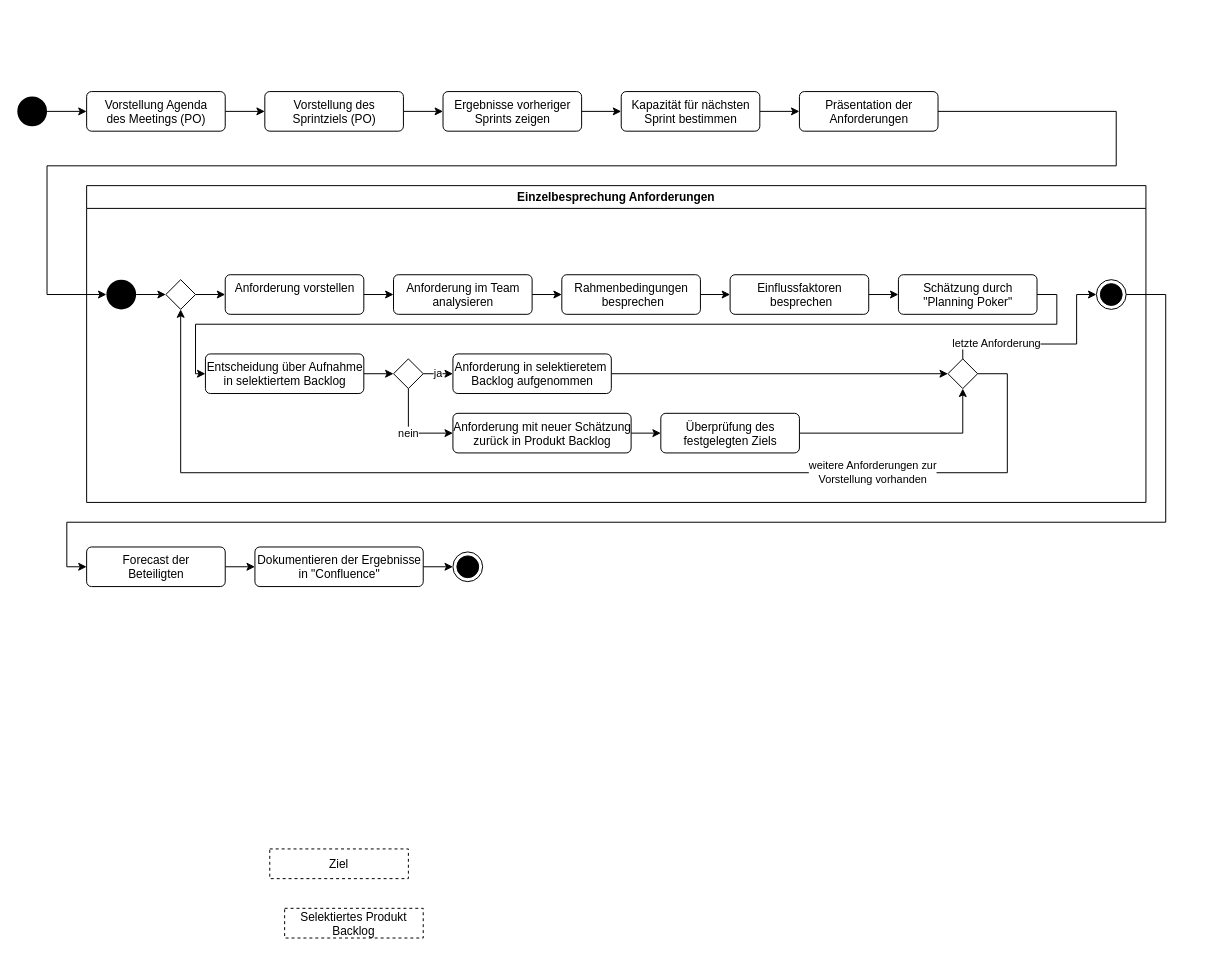
Above: Untitled Diagram.drawio in MariusPaganetti/se1 (draw.io), before the change. Source tidied: cells renumbered, new cells numbered last; positions are measured from the earlier drawing's top-left corner, leaving out a move shared by most shapes. Both pictures are drawn from the tidied source at 99%, with x=0, y=0 at pixel (17, 91).
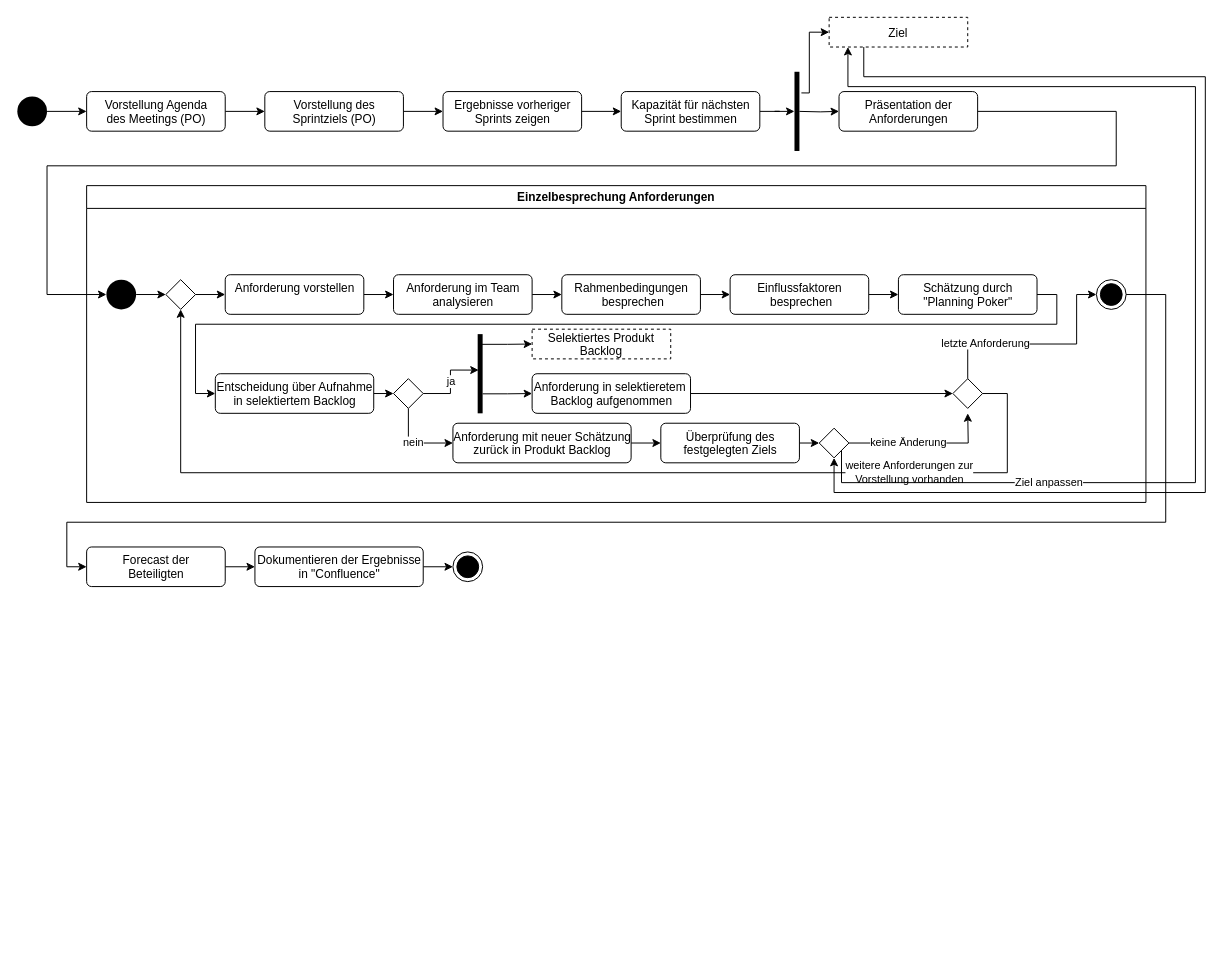
After the change.

Unchanged cells that the change refers to:
```xml
<mxCell id="8" value="Einzelbesprechung Anforderungen" style="swimlane;" parent="1" vertex="1">
  <mxGeometry x="70" y="95" width="1070" height="320" as="geometry" />
</mxCell>
<mxCell id="20" value="Schätzung durch&lt;br&gt;&quot;Planning Poker&quot;" style="html=1;align=center;verticalAlign=top;rounded=1;absoluteArcSize=1;arcSize=10;dashed=0;" parent="8" vertex="1">
  <mxGeometry x="820" y="90" width="140" height="40" as="geometry" />
</mxCell>
<mxCell id="34" style="rhombus;" parent="8" vertex="1">
  <mxGeometry x="80" y="95" width="30" height="30" as="geometry" />
</mxCell>
<mxCell id="36" style="ellipse;html=1;shape=endState;fillColor=#000000;strokeColor=#000000;" parent="8" vertex="1">
  <mxGeometry x="1020" y="95" width="30" height="30" as="geometry" />
</mxCell>
<mxCell id="47" value="Kapazität für nächsten&lt;br&gt;Sprint bestimmen" style="html=1;align=center;verticalAlign=top;rounded=1;absoluteArcSize=1;arcSize=10;dashed=0;" parent="1" vertex="1">
  <mxGeometry x="610" width="140" height="40" as="geometry" />
</mxCell>
```

The edit, as a diff of the source:
```diff
@@
     <mxCell id="19" style="edgeStyle=orthogonalEdgeStyle;rounded=0;jettySize=auto;html=1;exitX=1;exitY=0.5;exitDx=0;exitDy=0;entryX=0;entryY=0.5;entryDx=0;entryDy=0;" parent="8" edge="1" source="20" target="22">
       <mxGeometry relative="1" as="geometry">
         <Array as="points">
           <mxPoint x="980" y="110" />
           <mxPoint x="980" y="140" />
           <mxPoint x="110" y="140" />
-          <mxPoint x="110" y="190" />
+          <mxPoint x="110" y="210" />
         </Array>
       </mxGeometry>
     </mxCell>
@@
     <mxCell id="22" value="Entscheidung über Aufnahme&lt;br&gt;in selektiertem Backlog" style="html=1;align=center;verticalAlign=top;rounded=1;absoluteArcSize=1;arcSize=10;dashed=0;" parent="8" vertex="1">
-      <mxGeometry x="120" y="170" width="160" height="40" as="geometry" />
+      <mxGeometry x="130" y="190" width="160" height="40" as="geometry" />
     </mxCell>
@@
     <mxCell id="24" value="Anforderung in selektieretem&amp;nbsp;&lt;br&gt;Backlog aufgenommen" style="html=1;align=center;verticalAlign=top;rounded=1;absoluteArcSize=1;arcSize=10;dashed=0;" parent="8" vertex="1">
-      <mxGeometry x="370" y="170" width="160" height="40" as="geometry" />
+      <mxGeometry x="450" y="190" width="160" height="40" as="geometry" />
     </mxCell>
+    <mxCell id="26" value="nein" style="edgeStyle=orthogonalEdgeStyle;rounded=0;jettySize=auto;html=1;exitX=0.5;exitY=1;exitDx=0;exitDy=0;entryX=0;entryY=0.5;entryDx=0;entryDy=0;" parent="8" edge="1" source="27" target="29">
+      <mxGeometry relative="1" as="geometry" />
+    </mxCell>
-    <mxCell id="25" value="ja" style="edgeStyle=orthogonalEdgeStyle;rounded=0;jettySize=auto;html=1;exitX=1;exitY=0.5;exitDx=0;exitDy=0;entryX=0;entryY=0.5;entryDx=0;entryDy=0;" parent="8" edge="1" source="27" target="24">
+    <mxCell id="25" value="ja" style="edgeStyle=orthogonalEdgeStyle;rounded=0;jettySize=auto;html=1;exitX=1;exitY=0.5;exitDx=0;exitDy=0;entryX=0.2;entryY=0.454;entryDx=0;entryDy=0;entryPerimeter=0;" parent="8" edge="1" source="27" target="54">
       <mxGeometry relative="1" as="geometry" />
     </mxCell>
-    <mxCell id="26" value="nein" style="edgeStyle=orthogonalEdgeStyle;rounded=0;jettySize=auto;html=1;exitX=0.5;exitY=1;exitDx=0;exitDy=0;entryX=0;entryY=0.5;entryDx=0;entryDy=0;" parent="8" edge="1" source="27" target="29">
-      <mxGeometry relative="1" as="geometry" />
-    </mxCell>
     <mxCell id="27" style="rhombus;" parent="8" vertex="1">
-      <mxGeometry x="310" y="175" width="30" height="30" as="geometry" />
+      <mxGeometry x="310" y="195" width="30" height="30" as="geometry" />
     </mxCell>
@@
     <mxCell id="29" value="Anforderung mit neuer Schätzung&lt;br&gt;zurück in Produkt Backlog" style="html=1;align=center;verticalAlign=top;rounded=1;absoluteArcSize=1;arcSize=10;dashed=0;" parent="8" vertex="1">
-      <mxGeometry x="370" y="230" width="180" height="40" as="geometry" />
+      <mxGeometry x="370" y="240" width="180" height="40" as="geometry" />
     </mxCell>
     <mxCell id="30" style="edgeStyle=orthogonalEdgeStyle;rounded=0;jettySize=auto;html=1;exitX=0.5;exitY=0;exitDx=0;exitDy=0;entryX=0;entryY=0.5;entryDx=0;entryDy=0;" parent="8" edge="1" source="32" target="36">
       <mxGeometry relative="1" as="geometry">
         <Array as="points">
-          <mxPoint x="885" y="160" />
+          <mxPoint x="890" y="160" />
           <mxPoint x="1000" y="160" />
           <mxPoint x="1000" y="110" />
         </Array>
       </mxGeometry>
     </mxCell>
@@
     <mxCell id="32" style="rhombus;" parent="8" vertex="1">
-      <mxGeometry x="870" y="175" width="30" height="30" as="geometry" />
+      <mxGeometry x="875" y="195" width="30" height="30" as="geometry" />
     </mxCell>
@@
     <mxCell id="35" value="weitere Anforderungen zur &lt;br&gt;Vorstellung vorhanden" style="edgeStyle=orthogonalEdgeStyle;rounded=0;jettySize=auto;html=1;exitX=1;exitY=0.5;exitDx=0;exitDy=0;entryX=0.5;entryY=1;entryDx=0;entryDy=0;" parent="8" edge="1" source="32" target="34">
-      <mxGeometry x="-0.53" relative="1" as="geometry">
+      <mxGeometry x="-0.63" relative="1" as="geometry">
         <Array as="points">
-          <mxPoint x="930" y="190" />
+          <mxPoint x="930" y="210" />
           <mxPoint x="930" y="290" />
           <mxPoint x="95" y="290" />
         </Array>
       </mxGeometry>
     </mxCell>
@@
-    <mxCell id="37" style="edgeStyle=orthogonalEdgeStyle;rounded=0;jettySize=auto;html=1;exitX=1;exitY=0.5;exitDx=0;exitDy=0;entryX=0.5;entryY=1;entryDx=0;entryDy=0;" parent="8" edge="1" source="38" target="32">
-      <mxGeometry relative="1" as="geometry" />
-    </mxCell>
+    <mxCell id="53" style="edgeStyle=orthogonalEdgeStyle;rounded=0;jettySize=auto;html=1;exitX=1;exitY=0.5;exitDx=0;exitDy=0;entryX=0;entryY=0.5;entryDx=0;entryDy=0;" parent="8" edge="1" source="38" target="57">
+      <mxGeometry relative="1" as="geometry" />
+    </mxCell>
     <mxCell id="38" value="Überprüfung des&lt;br&gt;festgelegten Ziels" style="html=1;align=center;verticalAlign=top;rounded=1;absoluteArcSize=1;arcSize=10;dashed=0;" parent="8" vertex="1">
-      <mxGeometry x="580" y="230" width="140" height="40" as="geometry" />
+      <mxGeometry x="580" y="240" width="140" height="40" as="geometry" />
     </mxCell>
+    <mxCell id="52" value="Selektiertes Produkt&#10;Backlog" style="fontStyle=0;dashed=1;" parent="8" vertex="1">
+      <mxGeometry x="450" y="145" width="140" height="30" as="geometry" />
+    </mxCell>
+    <mxCell id="54" style="html=1;points=[];perimeter=orthogonalPerimeter;fillColor=#000000;strokeColor=none;" parent="8" vertex="1">
+      <mxGeometry x="395" y="150" width="5" height="80" as="geometry" />
+    </mxCell>
+    <mxCell id="55" style="edgeStyle=orthogonalEdgeStyle;rounded=0;jettySize=auto;html=1;exitX=0.867;exitY=0.129;exitDx=0;exitDy=0;exitPerimeter=0;entryX=0;entryY=0.5;entryDx=0;entryDy=0;" parent="8" edge="1" source="54" target="52">
+      <mxGeometry relative="1" as="geometry" />
+    </mxCell>
+    <mxCell id="56" style="edgeStyle=orthogonalEdgeStyle;rounded=0;jettySize=auto;html=1;entryX=0;entryY=0.5;entryDx=0;entryDy=0;exitX=1;exitY=0.754;exitDx=0;exitDy=0;exitPerimeter=0;" parent="8" edge="1" source="54" target="24">
+      <mxGeometry relative="1" as="geometry" />
+    </mxCell>
+    <mxCell id="57" style="rhombus;" parent="8" vertex="1">
+      <mxGeometry x="740" y="245" width="30" height="30" as="geometry" />
+    </mxCell>
@@
+    <mxCell id="58" style="edgeStyle=orthogonalEdgeStyle;rounded=0;jettySize=auto;html=1;entryX=0;entryY=0.5;entryDx=0;entryDy=0;" parent="1" edge="1" target="42">
+      <mxGeometry relative="1" as="geometry">
+        <mxPoint x="790" y="20" as="sourcePoint" />
+      </mxGeometry>
+    </mxCell>
     <mxCell id="42" value="Präsentation der&lt;br&gt;Anforderungen" style="html=1;align=center;verticalAlign=top;rounded=1;absoluteArcSize=1;arcSize=10;dashed=0;" parent="1" vertex="1">
-      <mxGeometry x="790" width="140" height="40" as="geometry" />
+      <mxGeometry x="830" width="140" height="40" as="geometry" />
     </mxCell>
@@
-    <mxCell id="46" style="edgeStyle=orthogonalEdgeStyle;rounded=0;jettySize=auto;html=1;exitX=1;exitY=0.5;exitDx=0;exitDy=0;entryX=0;entryY=0.5;entryDx=0;entryDy=0;" parent="1" edge="1" source="47" target="42">
-      <mxGeometry relative="1" as="geometry" />
-    </mxCell>
+    <mxCell id="59" style="edgeStyle=orthogonalEdgeStyle;rounded=0;jettySize=auto;html=1;exitX=1;exitY=0.5;exitDx=0;exitDy=0;" parent="1" edge="1" source="47" target="62">
+      <mxGeometry relative="1" as="geometry" />
+    </mxCell>
@@
+    <mxCell id="60" style="edgeStyle=orthogonalEdgeStyle;rounded=0;jettySize=auto;html=1;exitX=1.4;exitY=0.267;exitDx=0;exitDy=0;exitPerimeter=0;entryX=0;entryY=0.5;entryDx=0;entryDy=0;" parent="1" edge="1" source="62" target="51">
+      <mxGeometry relative="1" as="geometry">
+        <Array as="points">
+          <mxPoint x="800" y="1" />
+          <mxPoint x="800" y="-60" />
+        </Array>
+      </mxGeometry>
+    </mxCell>
+    <mxCell id="61" style="edgeStyle=orthogonalEdgeStyle;rounded=0;jettySize=auto;html=1;exitX=0.25;exitY=1;exitDx=0;exitDy=0;entryX=0.5;entryY=1;entryDx=0;entryDy=0;" parent="1" edge="1" source="51" target="57">
+      <mxGeometry relative="1" as="geometry">
+        <Array as="points">
+          <mxPoint x="855" y="-15" />
+          <mxPoint x="1200" y="-15" />
+          <mxPoint x="1200" y="405" />
+          <mxPoint x="825" y="405" />
+        </Array>
+      </mxGeometry>
+    </mxCell>
     <mxCell id="51" value="Ziel" style="fontStyle=0;dashed=1;" parent="1" vertex="1">
-      <mxGeometry x="255" y="765" width="140" height="30" as="geometry" />
+      <mxGeometry x="820" y="-75" width="140" height="30" as="geometry" />
     </mxCell>
-    <mxCell id="52" value="Selektiertes Produkt&#10;Backlog" style="fontStyle=0;dashed=1;" parent="1" vertex="1">
-      <mxGeometry x="270" y="825" width="140" height="30" as="geometry" />
-    </mxCell>
+    <mxCell id="62" style="html=1;points=[];perimeter=orthogonalPerimeter;fillColor=#000000;strokeColor=none;" parent="1" vertex="1">
+      <mxGeometry x="785" y="-20" width="5" height="80" as="geometry" />
+    </mxCell>
+    <mxCell id="63" value="keine Änderung" style="edgeStyle=orthogonalEdgeStyle;rounded=0;jettySize=auto;html=1;exitX=1;exitY=0.5;exitDx=0;exitDy=0;" parent="1" edge="1" source="57">
+      <mxGeometry x="-0.2" relative="1" as="geometry">
+        <mxPoint x="960" y="325" as="targetPoint" />
+      </mxGeometry>
+    </mxCell>
+    <mxCell id="64" value="Ziel anpassen" style="edgeStyle=orthogonalEdgeStyle;rounded=0;jettySize=auto;html=1;exitX=1;exitY=1;exitDx=0;exitDy=0;" parent="1" edge="1" source="57" target="51">
+      <mxGeometry x="-0.59" relative="1" as="geometry">
+        <Array as="points">
+          <mxPoint x="833" y="395" />
+          <mxPoint x="1190" y="395" />
+          <mxPoint x="1190" y="-5" />
+          <mxPoint x="839" y="-5" />
+        </Array>
+      </mxGeometry>
+    </mxCell>
```
